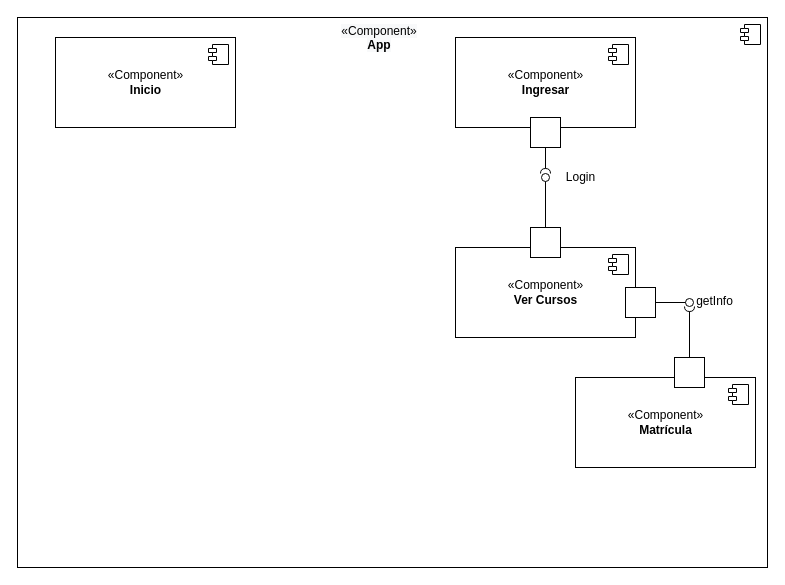
Above: Untitled Diagram.drawio in Skyware-Developer/software3-apuntes (draw.io), before the change. Source tidied: cells renumbered, new cells numbered last; positions are measured from the earlier drawing's top-left corner, leaving out a move shared by most shapes. Both pictures are drawn from the tidied source at 100%, with x=0, y=0 at pixel (17, 17).
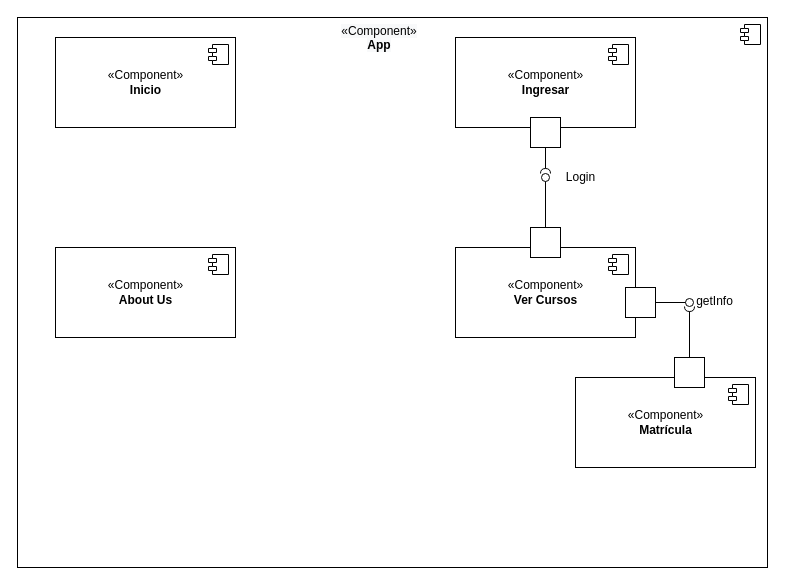
After the change.

The edit, as a diff of the source:
```diff
@@
+    <mxCell id="28" value="«Component»&lt;br&gt;&lt;b&gt;About Us&lt;/b&gt;" style="html=1;" parent="1" vertex="1">
+      <mxGeometry x="38" y="230" width="180" height="90" as="geometry" />
+    </mxCell>
+    <mxCell id="29" style="shape=module;jettyWidth=8;jettyHeight=4;" parent="28" vertex="1">
+      <mxGeometry x="1" width="20" height="20" relative="1" as="geometry">
+        <mxPoint x="-27" y="7" as="offset" />
+      </mxGeometry>
+    </mxCell>
```
